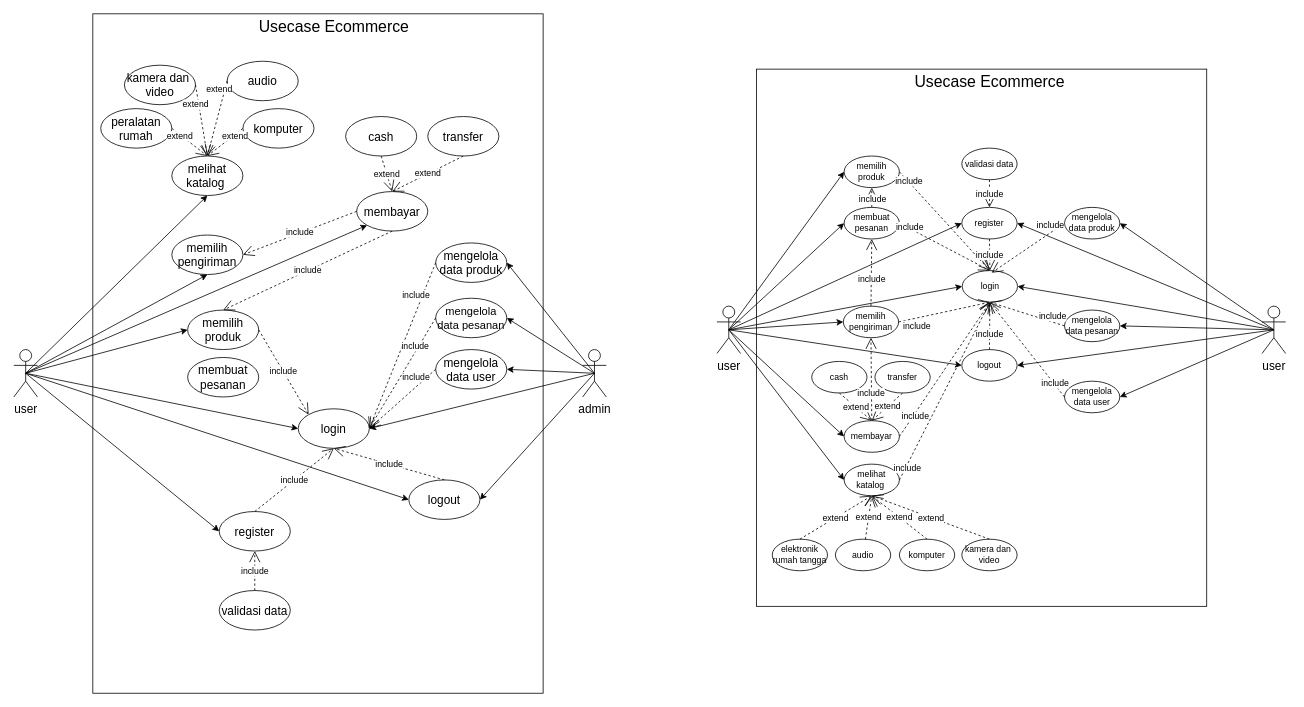
Earlier version of the draw.io diagram Use-Case-Diagram-Ecommerce.drawio (zerocode0806/Flowchart-E-Comerce-Elektronik). Source tidied: cells renumbered, new cells numbered last; positions are measured from the earlier drawing's top-left corner, leaving out a move shared by most shapes. Both pictures are drawn from the tidied source at 79%, with x=0, y=0 at pixel (13, 13).
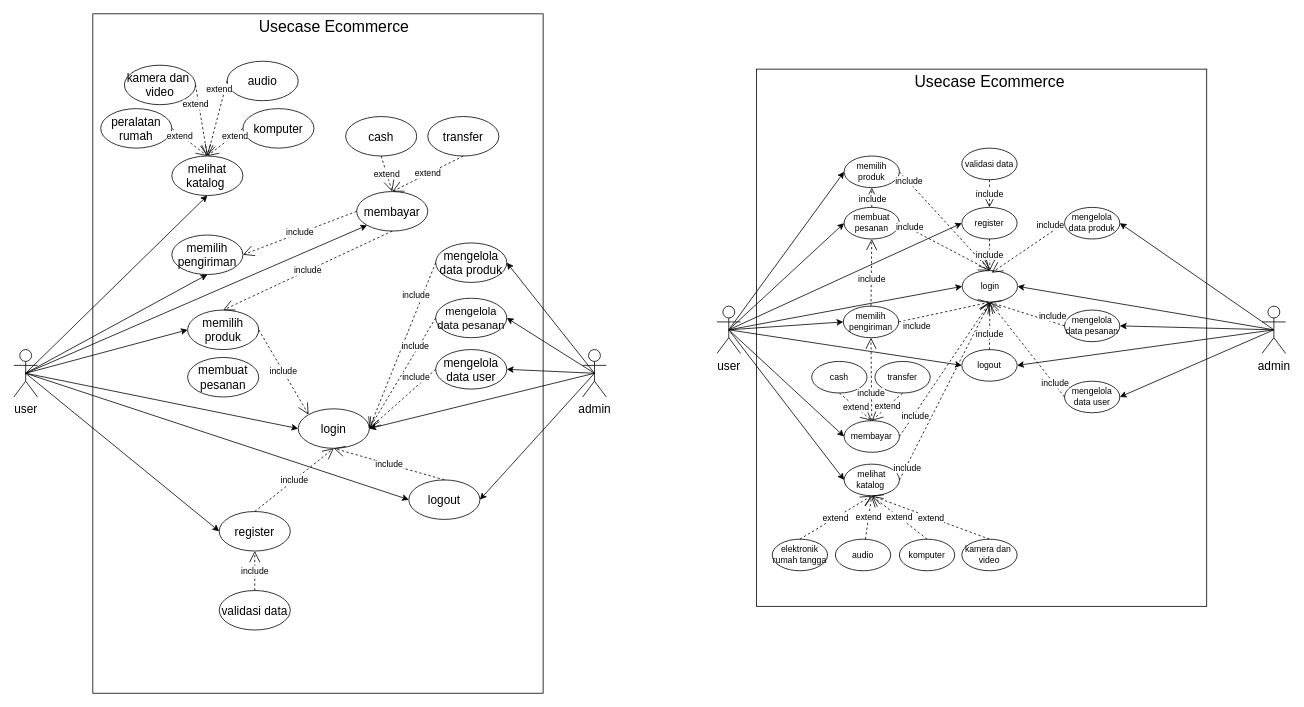
After the change.

Unchanged cells that the change refers to:
```xml
<mxCell id="59" value="register" style="ellipse;whiteSpace=wrap;html=1;fontSize=11;" parent="1" vertex="1">
  <mxGeometry x="1200" y="245" width="70" height="40" as="geometry" />
</mxCell>
```

Diff of the diagram source:
```diff
@@
-    <mxCell id="84" value="user" style="shape=umlActor;verticalLabelPosition=bottom;verticalAlign=top;html=1;fontSize=15;" parent="1" vertex="1">
+    <mxCell id="84" value="admin" style="shape=umlActor;verticalLabelPosition=bottom;verticalAlign=top;html=1;fontSize=15;" parent="1" vertex="1">
       <mxGeometry x="1580" y="370" width="30" height="60" as="geometry" />
     </mxCell>
@@
-    <mxCell id="99" style="endArrow=classic;html=1;rounded=0;exitX=0.5;exitY=0.5;exitDx=0;exitDy=0;exitPerimeter=0;entryX=1;entryY=0.5;entryDx=0;entryDy=0;" parent="1" edge="1" source="84" target="59">
-      <mxGeometry relative="1" as="geometry" />
-    </mxCell>
```
